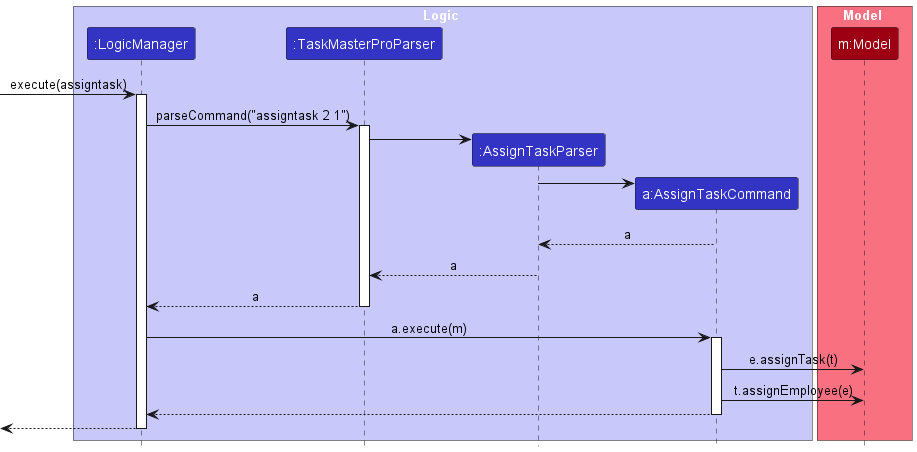
Before: docs/images/AssignTaskSequence.png, a diagram exported from PlantUML (azumieflare/tp).
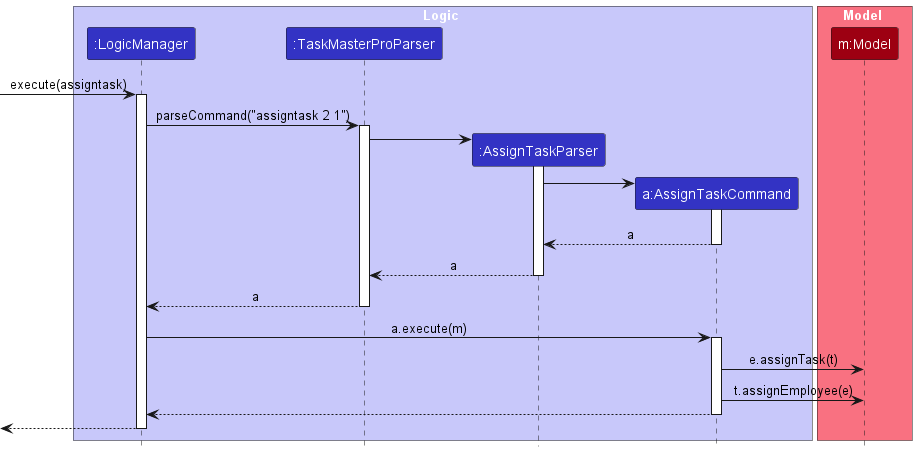
The same diagram one commit later.

Diff of the diagram source:
```diff
@@ -20,11 +20,15 @@
 
 create AssignTaskParser
 TaskMasterProParser -> AssignTaskParser
+activate AssignTaskParser
 
 create AssignTaskCommand
 AssignTaskParser -> AssignTaskCommand
+activate AssignTaskCommand
 AssignTaskCommand --> AssignTaskParser : a
+deactivate AssignTaskCommand
 AssignTaskParser --> TaskMasterProParser : a
+deactivate AssignTaskParser
 TaskMasterProParser --> LogicManager : a
 deactivate TaskMasterProParser
 
```
